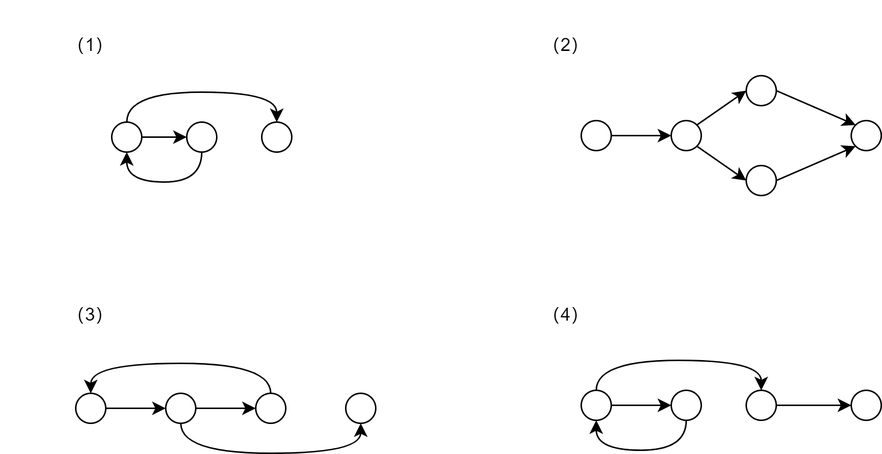
The draw.io diagram Diagram3.drawio.png in ZKX64/Textbook-graph, before a commit. Source tidied: cells renumbered, new cells last; positions are measured from the earlier drawing's top-left corner, leaving out a move shared by most shapes.
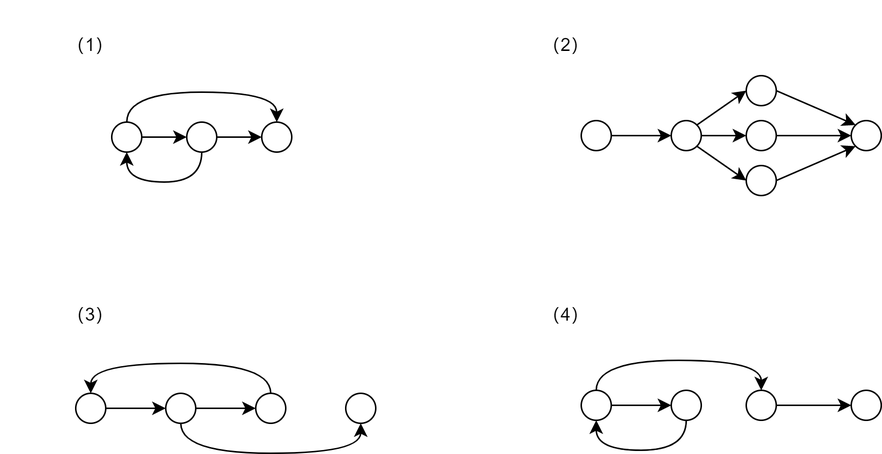
The same file after the commit.

Change to the diagram source:
```diff
@@ -44,6 +44,9 @@
     <mxCell id="15" style="edgeStyle=none;rounded=0;jettySize=auto;html=1;exitX=1;exitY=1;exitDx=0;exitDy=0;entryX=0;entryY=0.5;entryDx=0;entryDy=0;" parent="1" edge="1" source="16" target="11">
       <mxGeometry relative="1" as="geometry" />
     </mxCell>
+    <mxCell id="38" style="edgeStyle=orthogonalEdgeStyle;curved=1;rounded=0;jettySize=auto;html=1;exitX=1;exitY=0.5;exitDx=0;exitDy=0;entryX=0;entryY=0.5;entryDx=0;entryDy=0;" parent="1" edge="1" source="16" target="41">
+      <mxGeometry relative="1" as="geometry" />
+    </mxCell>
     <mxCell id="16" style="ellipse;whiteSpace=wrap;html=1;" parent="1" vertex="1">
       <mxGeometry x="447" y="80" width="20" height="20" as="geometry" />
     </mxCell>
@@ -65,6 +68,9 @@
     <mxCell id="22" style="edgeStyle=orthogonalEdgeStyle;curved=1;rounded=0;jettySize=auto;html=1;exitX=0.5;exitY=0;exitDx=0;exitDy=0;entryX=0.5;entryY=0;entryDx=0;entryDy=0;" parent="1" edge="1" source="8" target="32">
       <mxGeometry relative="1" as="geometry" />
     </mxCell>
+    <mxCell id="39" style="edgeStyle=orthogonalEdgeStyle;curved=1;rounded=0;jettySize=auto;html=1;exitX=1;exitY=0.5;exitDx=0;exitDy=0;entryX=0;entryY=0.5;entryDx=0;entryDy=0;" parent="1" edge="1" source="23" target="32">
+      <mxGeometry relative="1" as="geometry" />
+    </mxCell>
     <mxCell id="23" style="ellipse;whiteSpace=wrap;html=1;" parent="1" vertex="1">
       <mxGeometry x="124" y="81" width="20" height="20" as="geometry" />
     </mxCell>
@@ -110,5 +116,11 @@
     <mxCell id="37" value="（4）" style="whiteSpace=wrap;html=1;strokeColor=none;fillColor=none;" parent="1" vertex="1">
       <mxGeometry x="317" y="180" width="120" height="60" as="geometry" />
     </mxCell>
+    <mxCell id="40" style="edgeStyle=orthogonalEdgeStyle;curved=1;rounded=0;jettySize=auto;html=1;exitX=1;exitY=0.5;exitDx=0;exitDy=0;entryX=0;entryY=0.5;entryDx=0;entryDy=0;" parent="1" edge="1" source="41" target="9">
+      <mxGeometry relative="1" as="geometry" />
+    </mxCell>
+    <mxCell id="41" style="ellipse;whiteSpace=wrap;html=1;" parent="1" vertex="1">
+      <mxGeometry x="497" y="80" width="20" height="20" as="geometry" />
+    </mxCell>
   </root>
 </mxGraphModel>
```
